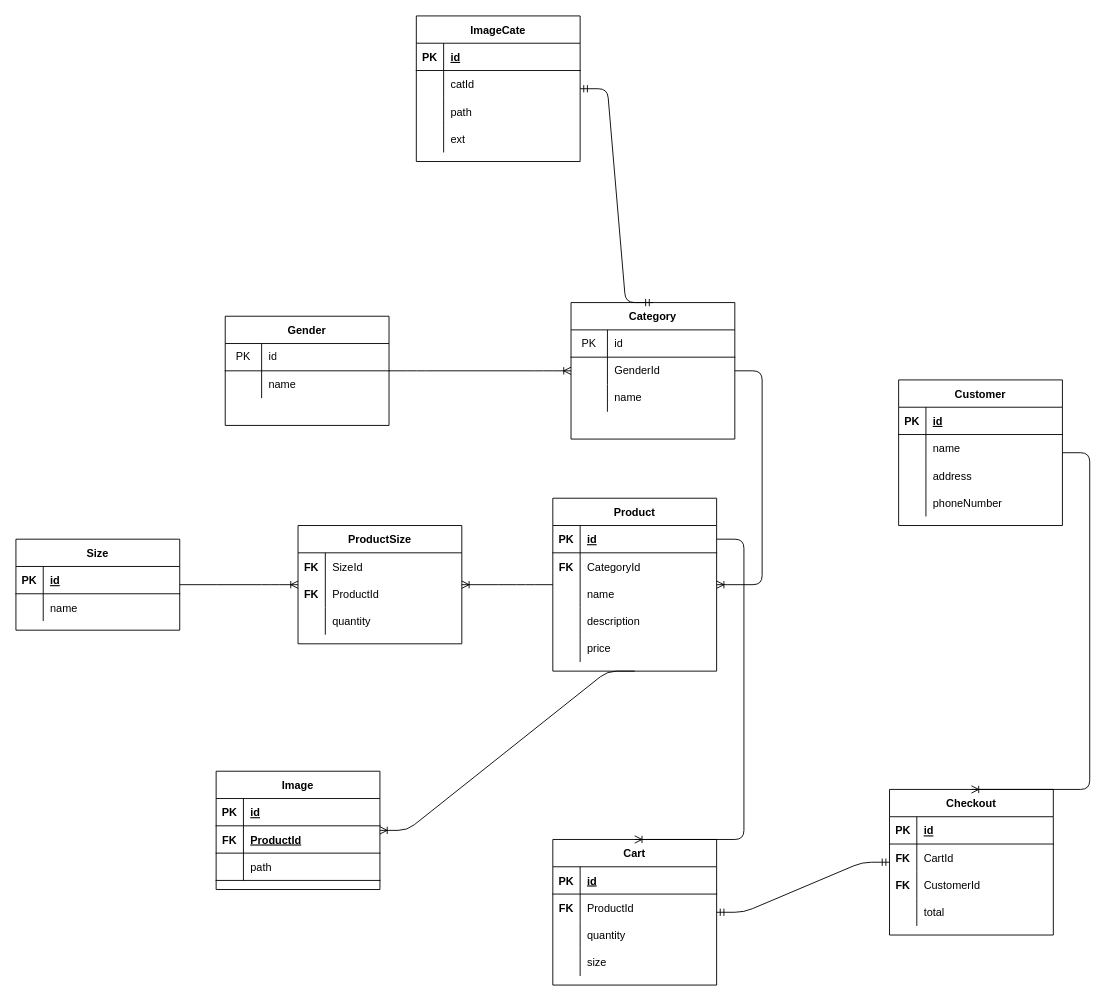
The draw.io diagram page "Relational" (2 of 3) of UML/sequelize-cli.drawio in pOpPyShield/EcommerceWebFinal, before the edit. Source tidied: cells renumbered, new cells numbered last; positions are measured from the earlier drawing's top-left corner, leaving out a move shared by most shapes. Both pictures are drawn from the tidied source at 91%, with x=0, y=0 at pixel (15, 15).
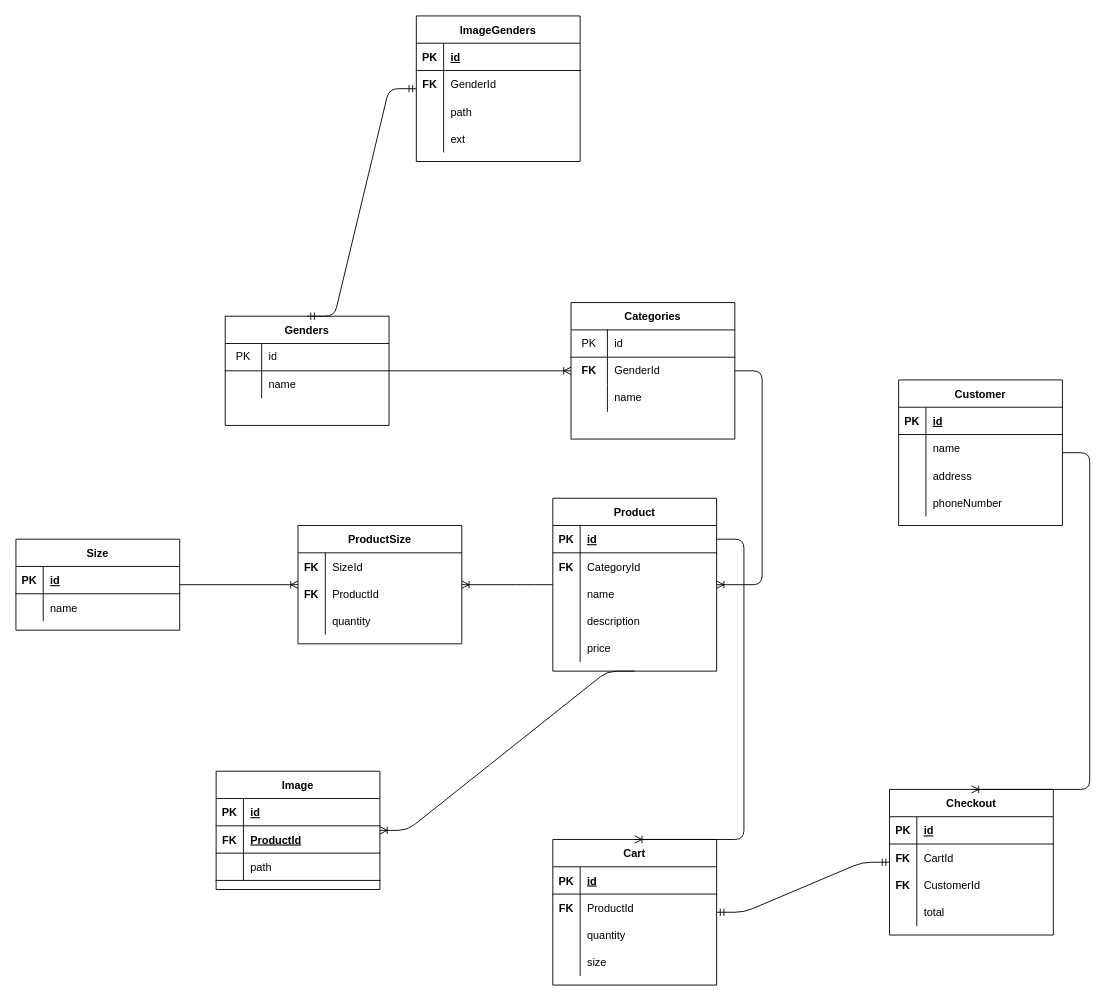
The same diagram, later.

The change refers to these unchanged cells:
```xml
<mxCell id="13" style="shape=partialRectangle;html=1;whiteSpace=wrap;fillColor=none;top=0;left=0;bottom=0;right=0;" parent="9" vertex="1">
  <mxGeometry y="60" width="180" height="30" as="geometry" />
</mxCell>
<mxCell id="113" style="shape=partialRectangle;fillColor=none;top=0;left=0;bottom=0;right=0;" parent="109" vertex="1">
  <mxGeometry y="60" width="180" height="30" as="geometry" />
</mxCell>
```

Change to the diagram source:
```diff
@@
-    <mxCell id="2" value="Gender" style="shape=table;startSize=30;childLayout=tableLayout;rowLines=0;fontStyle=1;align=center;" parent="1" vertex="1">
+    <mxCell id="2" value="Genders" style="shape=table;startSize=30;childLayout=tableLayout;rowLines=0;fontStyle=1;align=center;" parent="1" vertex="1">
       <mxGeometry x="230" y="330" width="180" height="120" as="geometry" />
     </mxCell>
@@
-    <mxCell id="9" value="Category" style="shape=table;startSize=30;childLayout=tableLayout;rowLines=0;fontStyle=1;align=center;" parent="1" vertex="1">
+    <mxCell id="9" value="Categories" style="shape=table;startSize=30;childLayout=tableLayout;rowLines=0;fontStyle=1;align=center;" parent="1" vertex="1">
       <mxGeometry x="610" y="315" width="180" height="150" as="geometry" />
     </mxCell>
@@
-    <mxCell id="14" style="shape=partialRectangle;html=1;whiteSpace=wrap;fillColor=none;top=0;left=0;bottom=0;right=0;overflow=hidden;" parent="13" vertex="1">
+    <mxCell id="14" value="&lt;b&gt;FK&lt;/b&gt;" style="shape=partialRectangle;html=1;whiteSpace=wrap;fillColor=none;top=0;left=0;bottom=0;right=0;overflow=hidden;" parent="13" vertex="1">
       <mxGeometry width="40" height="30" as="geometry" />
     </mxCell>
@@
-    <mxCell id="109" value="ImageCate" style="shape=table;startSize=30;childLayout=tableLayout;rowLines=0;fontStyle=1;align=center;" parent="1" vertex="1">
+    <mxCell id="109" value="ImageGenders" style="shape=table;startSize=30;childLayout=tableLayout;rowLines=0;fontStyle=1;align=center;" parent="1" vertex="1">
       <mxGeometry x="440" width="180" height="160" as="geometry" />
     </mxCell>
@@
-    <mxCell id="114" style="shape=partialRectangle;fillColor=none;top=0;left=0;bottom=0;right=0;overflow=hidden;" parent="113" vertex="1">
+    <mxCell id="114" value="FK" style="shape=partialRectangle;fillColor=none;top=0;left=0;bottom=0;right=0;overflow=hidden;fontStyle=1;" parent="113" vertex="1">
       <mxGeometry width="30" height="30" as="geometry" />
     </mxCell>
-    <mxCell id="115" value="catId" style="shape=partialRectangle;fillColor=none;top=0;left=0;bottom=0;right=0;align=left;spacingLeft=6;overflow=hidden;" parent="113" vertex="1">
+    <mxCell id="115" value="GenderId" style="shape=partialRectangle;fillColor=none;top=0;left=0;bottom=0;right=0;align=left;spacingLeft=6;overflow=hidden;" parent="113" vertex="1">
       <mxGeometry x="30" width="150" height="30" as="geometry" />
     </mxCell>
@@
-    <mxCell id="122" style="edgeStyle=entityRelationEdgeStyle;fontSize=12;html=1;endArrow=ERmandOne;startArrow=ERmandOne;exitX=0.5;exitY=0;exitDx=0;exitDy=0;" parent="1" edge="1" source="9" target="109">
+    <mxCell id="122" style="edgeStyle=entityRelationEdgeStyle;fontSize=12;html=1;endArrow=ERmandOne;startArrow=ERmandOne;exitX=0.5;exitY=0;exitDx=0;exitDy=0;" parent="1" edge="1" source="2" target="109">
       <mxGeometry relative="1" as="geometry" />
     </mxCell>
```
